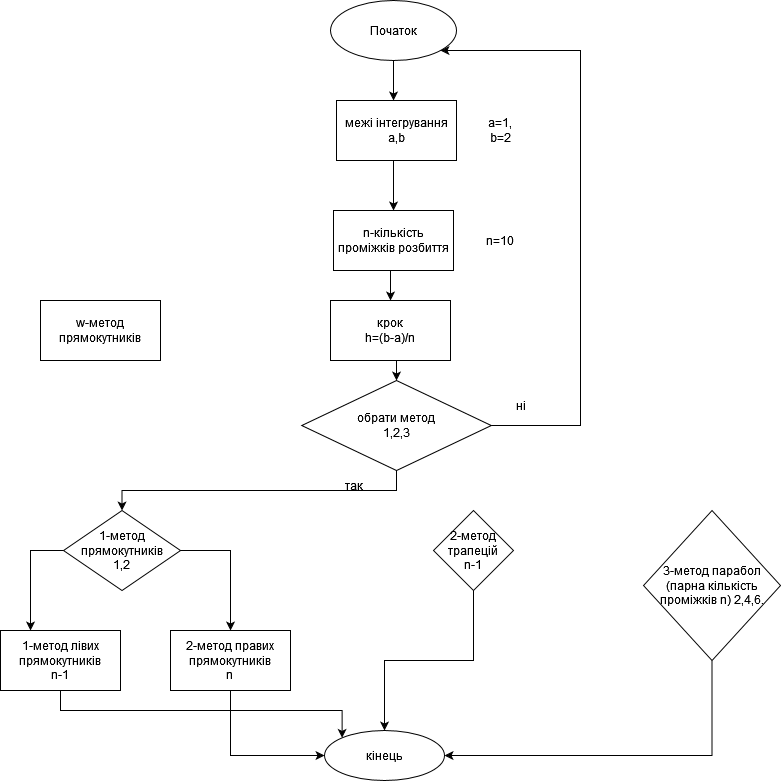
VolodymyrLutskevych-PE-12/Lab_2_Volodymyr-Lutskevych_PE-12_-1- keeps this draw.io diagram as Untitled Diagram.drawio.png. Above is the earlier version. Source tidied: cells renumbered, new cells last; positions are measured from the earlier drawing's top-left corner, leaving out a move shared by most shapes.
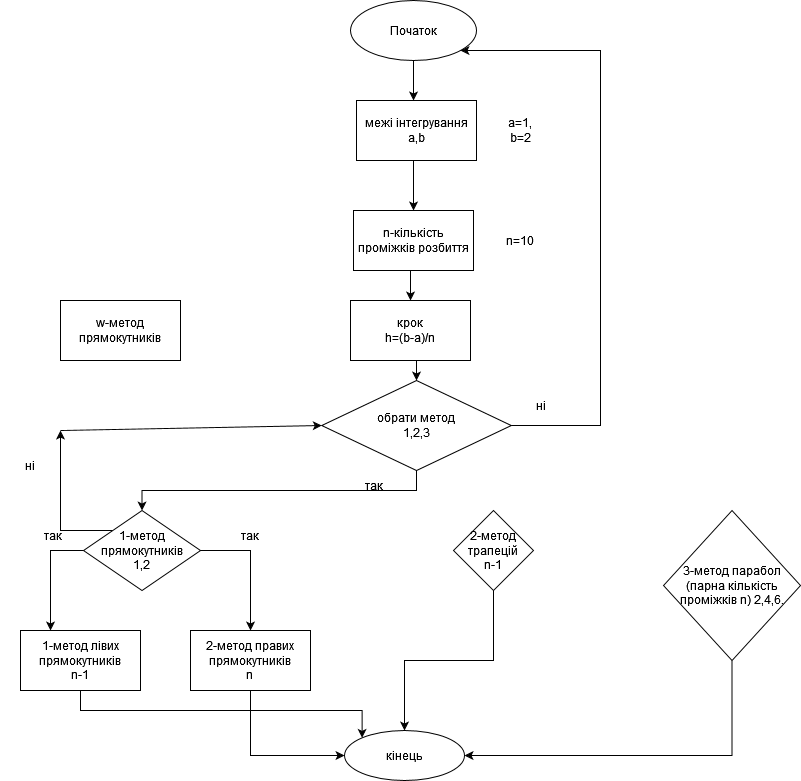
After the commit.

What changed in the source:
```diff
@@ -22,6 +22,11 @@
     <mxCell id="6" style="edgeStyle=orthogonalEdgeStyle;rounded=0;jettySize=auto;html=1;exitX=0;exitY=0.5;exitDx=0;exitDy=0;entryX=0.25;entryY=0;entryDx=0;entryDy=0;" parent="1" edge="1" source="7" target="13">
       <mxGeometry relative="1" as="geometry" />
     </mxCell>
+    <mxCell id="30" style="edgeStyle=orthogonalEdgeStyle;rounded=0;jettySize=auto;html=1;exitX=0;exitY=0;exitDx=0;exitDy=0;" parent="1" edge="1" source="7">
+      <mxGeometry relative="1" as="geometry">
+        <mxPoint x="40" y="430" as="targetPoint" />
+      </mxGeometry>
+    </mxCell>
     <mxCell id="7" value="&lt;div&gt;1-метод прямокутників&lt;/div&gt;1,2" style="rhombus;whiteSpace=wrap;html=1;" parent="1" vertex="1">
       <mxGeometry x="63" y="510" width="117" height="80" as="geometry" />
     </mxCell>
@@ -96,5 +101,19 @@
     <mxCell id="29" value="ні" style="text;html=1;strokeColor=none;fillColor=none;align=center;verticalAlign=middle;whiteSpace=wrap;rounded=0;" parent="1" vertex="1">
       <mxGeometry x="491" y="390" width="60" height="30" as="geometry" />
     </mxCell>
+    <mxCell id="31" value="так" style="text;html=1;strokeColor=none;fillColor=none;align=center;verticalAlign=middle;whiteSpace=wrap;rounded=0;" parent="1" vertex="1">
+      <mxGeometry x="200" y="520" width="60" height="30" as="geometry" />
+    </mxCell>
+    <mxCell id="32" value="так" style="text;html=1;strokeColor=none;fillColor=none;align=center;verticalAlign=middle;whiteSpace=wrap;rounded=0;" parent="1" vertex="1">
+      <mxGeometry x="3" y="520" width="60" height="30" as="geometry" />
+    </mxCell>
+    <mxCell id="33" value="ні" style="text;html=1;strokeColor=none;fillColor=none;align=center;verticalAlign=middle;whiteSpace=wrap;rounded=0;" parent="1" vertex="1">
+      <mxGeometry x="-20" y="450" width="60" height="30" as="geometry" />
+    </mxCell>
+    <mxCell id="34" style="endArrow=classic;html=1;rounded=0;entryX=0;entryY=0.5;entryDx=0;entryDy=0;" parent="1" edge="1" target="25">
+      <mxGeometry relative="1" as="geometry">
+        <mxPoint x="40" y="430" as="sourcePoint" />
+      </mxGeometry>
+    </mxCell>
   </root>
 </mxGraphModel>
```
